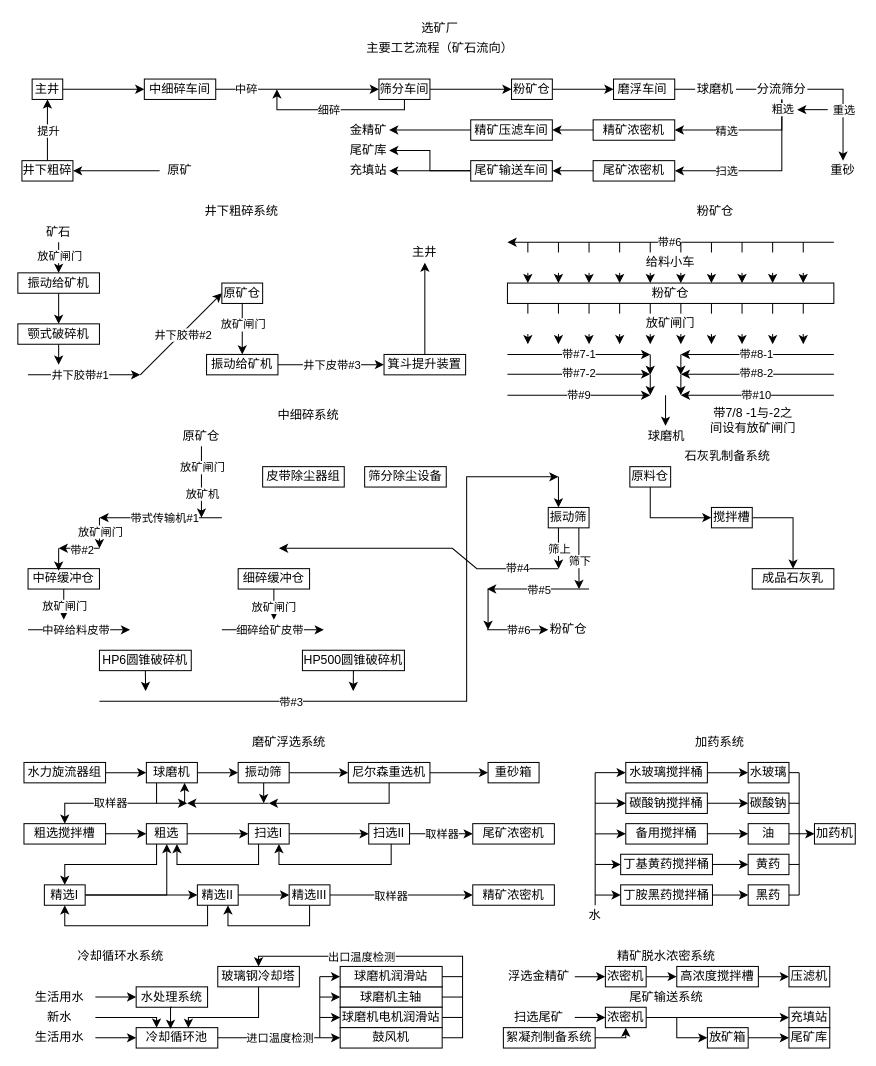
This is 选矿工艺流程图.drawio from XS0612/daviddraw-drawio-diagrams, a draw.io file, before an edit. Source tidied: cells renumbered, new cells numbered last; positions are measured from the earlier drawing's top-left corner, leaving out a move shared by most shapes. Both pictures are drawn from the tidied source at 102%, with x=0, y=0 at pixel (17, 17).
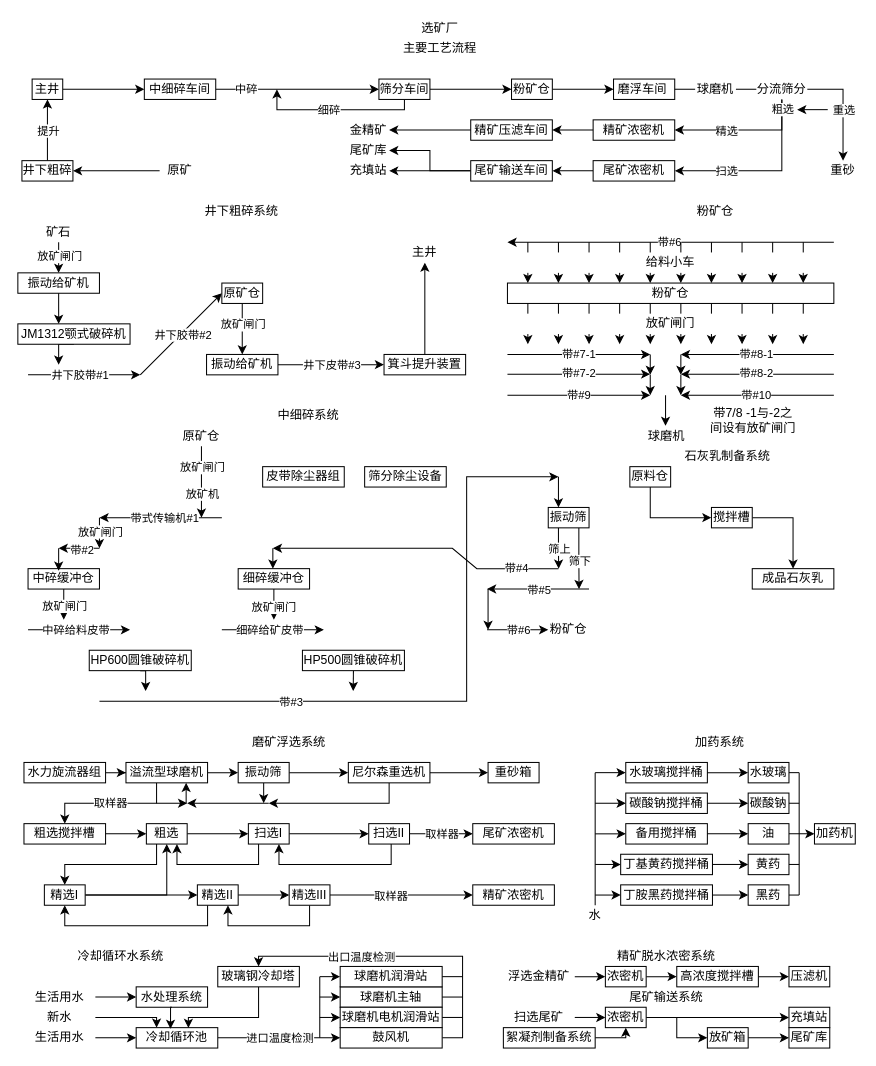
After the change.

Commit message (it also covers changes not shown here):
更新选矿工艺流程图.drawio

Unchanged cells that the change refers to:
```xml
<mxCell id="169" value="振动给矿机" style="whiteSpace=wrap;html=1;" parent="1" vertex="1">
  <mxGeometry y="250" width="80" height="20" as="geometry" />
</mxCell>
```

What changed in the source:
```diff
@@
-    <mxCell id="3" value="主要工艺流程（矿石流向）" style="text;html=1;whiteSpace=wrap;strokeColor=none;fillColor=none;align=center;verticalAlign=middle;rounded=0;" parent="1" vertex="1">
+    <mxCell id="3" value="主要工艺流程" style="text;html=1;whiteSpace=wrap;strokeColor=none;fillColor=none;align=center;verticalAlign=middle;rounded=0;" parent="1" vertex="1">
       <mxGeometry x="4" y="20" width="820" height="20" as="geometry" />
     </mxCell>
@@
-    <mxCell id="50" value="球磨机" style="whiteSpace=wrap;html=1;" parent="1" vertex="1">
-      <mxGeometry x="126" y="730" width="50" height="20" as="geometry" />
+    <mxCell id="50" value="溢流型球磨机" style="whiteSpace=wrap;html=1;" parent="1" vertex="1">
+      <mxGeometry x="106" y="730" width="80" height="20" as="geometry" />
     </mxCell>
@@
-    <mxCell id="62" style="endArrow=classic;html=1;rounded=0;entryX=0.75;entryY=1;entryDx=0;entryDy=0;" parent="1" edge="1" target="50">
-      <mxGeometry relative="1" as="geometry">
-        <mxPoint x="163.5" y="770" as="sourcePoint" />
-      </mxGeometry>
-    </mxCell>
@@
-    <mxCell id="168" style="edgeStyle=orthogonalEdgeStyle;rounded=0;jettySize=auto;html=1;exitX=0.5;exitY=1;exitDx=0;exitDy=0;entryX=0.5;entryY=0;entryDx=0;entryDy=0;" parent="1" edge="1" source="169" target="171">
-      <mxGeometry relative="1" as="geometry" />
-    </mxCell>
@@
-    <mxCell id="171" value="颚式破碎机" style="whiteSpace=wrap;html=1;" parent="1" vertex="1">
-      <mxGeometry y="300" width="80" height="20" as="geometry" />
+    <mxCell id="171" value="JM1312颚式破碎机" style="whiteSpace=wrap;html=1;" parent="1" vertex="1">
+      <mxGeometry y="300" width="110" height="20" as="geometry" />
     </mxCell>
@@
-    <mxCell id="200" value="HP6圆锥破碎机" style="whiteSpace=wrap;html=1;" parent="1" vertex="1">
-      <mxGeometry x="80" y="620" width="90" height="20" as="geometry" />
+    <mxCell id="200" value="HP600圆锥破碎机" style="whiteSpace=wrap;html=1;" parent="1" vertex="1">
+      <mxGeometry x="70" y="620" width="100" height="20" as="geometry" />
     </mxCell>
@@
     <mxCell id="219" style="endArrow=classic;html=1;rounded=0;" parent="1" edge="1">
       <mxGeometry relative="1" as="geometry">
         <mxPoint x="530" y="540" as="sourcePoint" />
-        <mxPoint x="256" y="520" as="targetPoint" />
+        <mxPoint x="250" y="520" as="targetPoint" />
         <Array as="points">
           <mxPoint x="450" y="540" />
           <mxPoint x="426" y="520" />
         </Array>
       </mxGeometry>
     </mxCell>
@@
+    <mxCell id="168" style="edgeStyle=orthogonalEdgeStyle;rounded=0;jettySize=auto;html=1;entryX=0.364;entryY=0;entryDx=0;entryDy=0;entryPerimeter=0;" parent="1" edge="1" source="169" target="171">
+      <mxGeometry relative="1" as="geometry" />
+    </mxCell>
+    <mxCell id="280" style="endArrow=classic;html=1;rounded=0;" parent="1" edge="1">
+      <mxGeometry relative="1" as="geometry">
+        <mxPoint x="165" y="770" as="sourcePoint" />
+        <mxPoint x="165" y="750" as="targetPoint" />
+      </mxGeometry>
+    </mxCell>
+    <mxCell id="281" style="endArrow=classic;html=1;rounded=0;" parent="1" edge="1">
+      <mxGeometry relative="1" as="geometry">
+        <mxPoint x="250" y="520" as="sourcePoint" />
+        <mxPoint x="250" y="540" as="targetPoint" />
+      </mxGeometry>
+    </mxCell>
```
